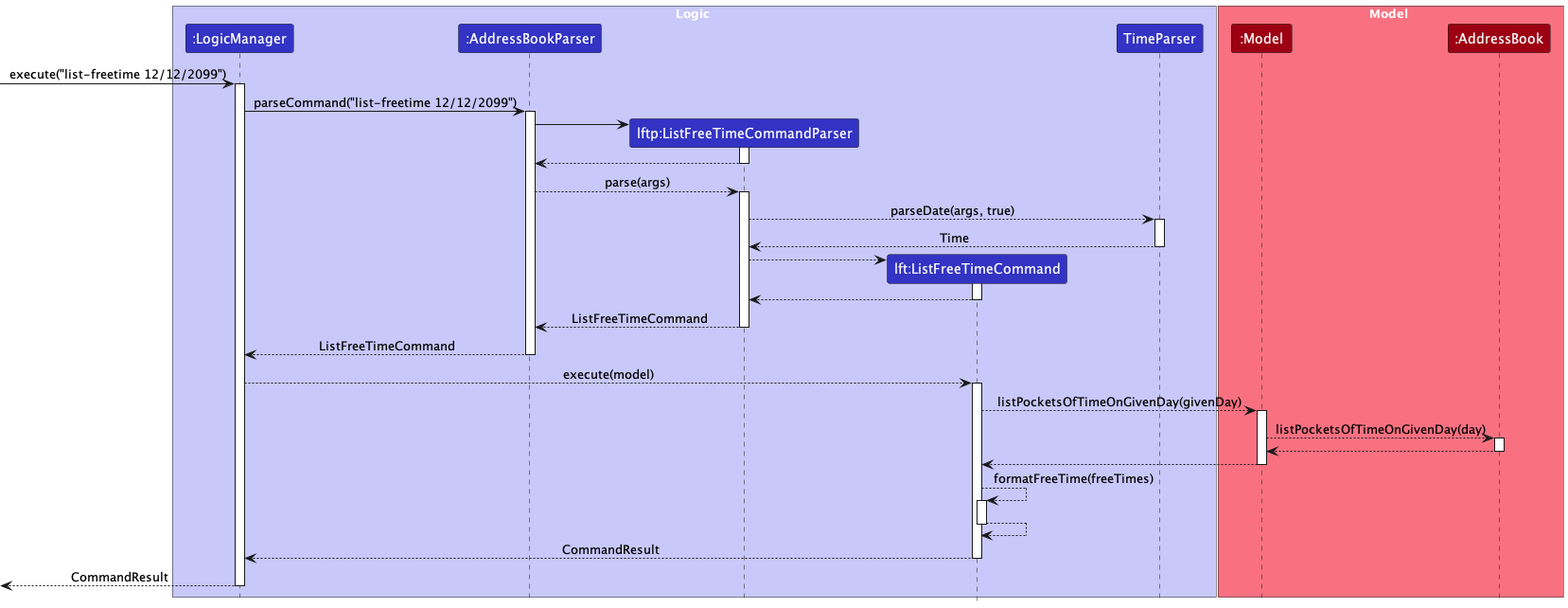
nus-cs2103-AY2324S1/tp keeps this PlantUML diagram as docs/images/ListFreeTimeSequenceDiagram.png. Above is the earlier version.
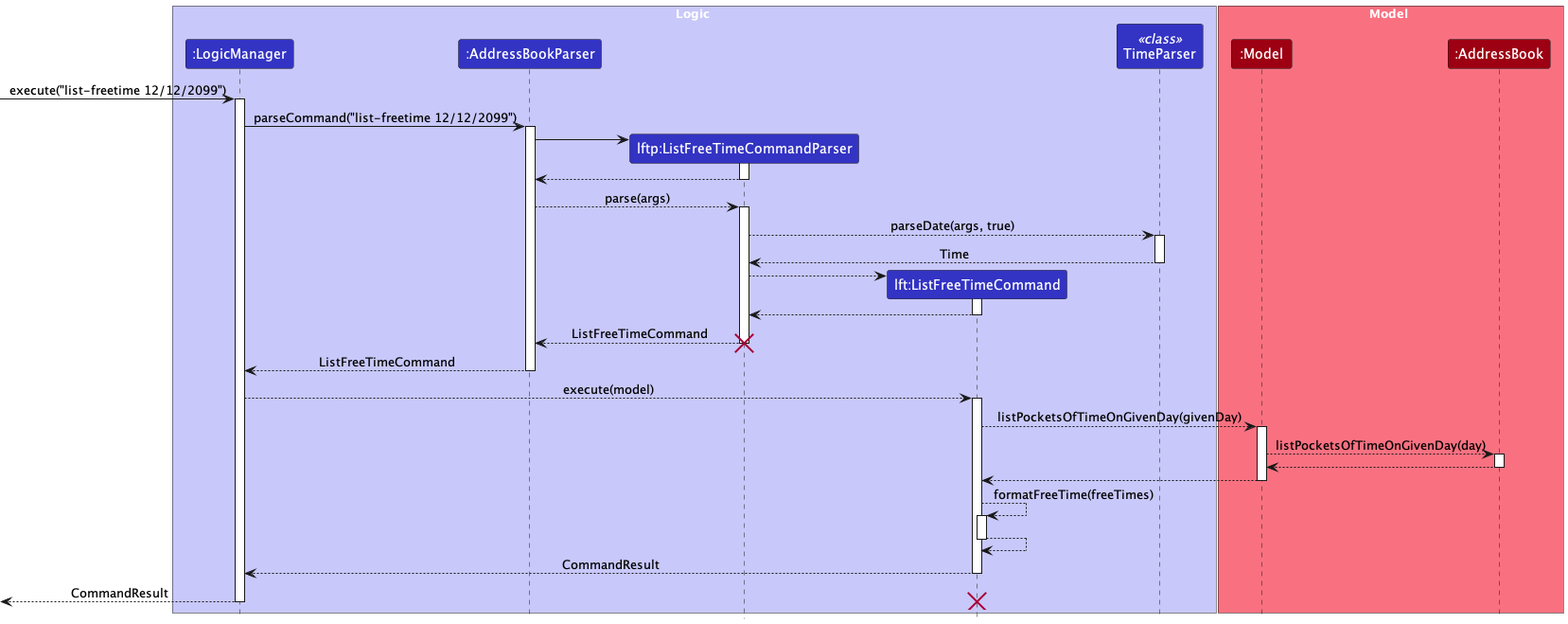
After the commit.

Commit message:
Add end of lifeline to sequence diagrams and update list of time formats

What changed in the source:
```diff
@@ -7,7 +7,7 @@
 participant ":AddressBookParser" as AddressBookParser LOGIC_COLOR
 participant "lftp:ListFreeTimeCommandParser" as ListFreeTimeCommandParser LOGIC_COLOR
 participant "lft:ListFreeTimeCommand" as ListFreeTimeCommand LOGIC_COLOR
-participant "TimeParser" as TimeParser LOGIC_COLOR
+participant "TimeParser" as TimeParser <<class>> LOGIC_COLOR
 end box
 
 box Model MODEL_COLOR_T1
@@ -44,6 +44,7 @@
 
 ListFreeTimeCommandParser --> AddressBookParser : ListFreeTimeCommand
 deactivate ListFreeTimeCommandParser
+destroy ListFreeTimeCommandParser
 
 AddressBookParser --> LogicManager : ListFreeTimeCommand
 deactivate AddressBookParser
@@ -73,5 +74,6 @@
 deactivate ListFreeTimeCommand
 
 [<--LogicManager : CommandResult
+destroy ListFreeTimeCommand
 deactivate LogicManager
 @enduml
```
